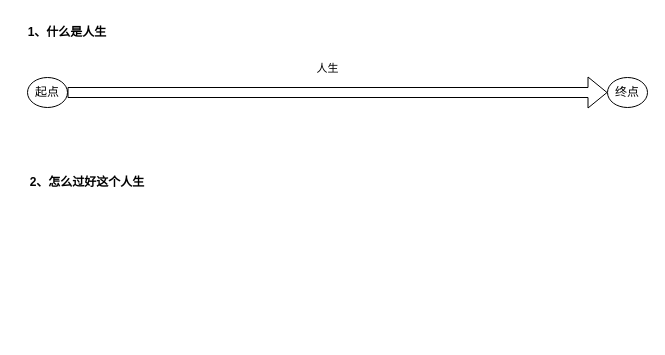
Earlier version of the draw.io diagram 未命名绘图.drawio (dengyulong/PublicStore). Source tidied: cells renumbered, new cells numbered last; positions are measured from the earlier drawing's top-left corner, leaving out a move shared by most shapes. Both pictures are drawn from the tidied source at 100%, with x=0, y=0 at pixel (17, 17).
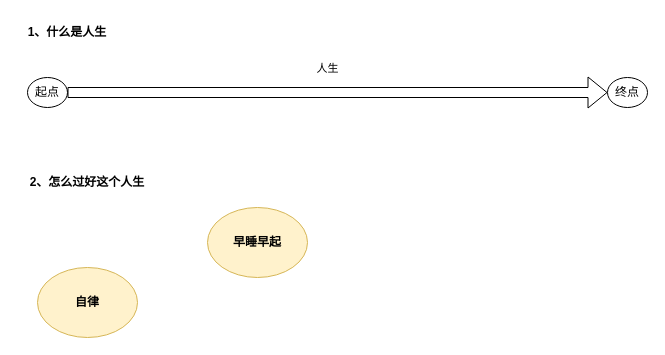
Above is the later version.

Commit message (it also covers changes not shown here):
更新未命名绘图.drawio

The edit, as a diff of the source:
```diff
@@
 <mxGraphModel>
   <root>
     <mxCell id="0" />
     <mxCell id="1" parent="0" />
     <mxCell id="2" value="起点" style="ellipse;whiteSpace=wrap;html=1;" parent="1" vertex="1">
       <mxGeometry x="10" y="60" width="40" height="30" as="geometry" />
     </mxCell>
     <mxCell id="3" value="终点" style="ellipse;whiteSpace=wrap;html=1;" parent="1" vertex="1">
       <mxGeometry x="590" y="60" width="40" height="30" as="geometry" />
     </mxCell>
     <mxCell id="4" style="shape=flexArrow;endArrow=classic;html=1;rounded=0;exitX=1;exitY=0.5;exitDx=0;exitDy=0;entryX=0;entryY=0.5;entryDx=0;entryDy=0;" parent="1" edge="1" source="2" target="3">
       <mxGeometry relative="1" as="geometry" />
     </mxCell>
     <mxCell id="5" value="人生" style="edgeLabel;html=1;align=center;verticalAlign=middle;" parent="4" vertex="1">
       <mxGeometry x="-0.21" y="-4" relative="1" as="geometry">
         <mxPoint x="46" y="-29" as="offset" />
       </mxGeometry>
     </mxCell>
     <mxCell id="6" value="1、什么是人生" style="text;html=1;strokeColor=none;fillColor=none;align=center;verticalAlign=middle;whiteSpace=wrap;rounded=0;fontStyle=1;" parent="1" vertex="1">
       <mxGeometry width="100" height="30" as="geometry" />
     </mxCell>
     <mxCell id="7" value="2、怎么过好这个人生" style="text;html=1;strokeColor=none;fillColor=none;align=center;verticalAlign=middle;whiteSpace=wrap;rounded=0;fontStyle=1;" parent="1" vertex="1">
       <mxGeometry y="150" width="140" height="30" as="geometry" />
     </mxCell>
+    <mxCell id="8" value="自律" style="ellipse;whiteSpace=wrap;html=1;labelBackgroundColor=none;fillColor=#fff2cc;strokeColor=#d6b656;fontStyle=1;" parent="1" vertex="1">
+      <mxGeometry x="20" y="250" width="100" height="70" as="geometry" />
+    </mxCell>
+    <mxCell id="9" value="早睡早起" style="ellipse;whiteSpace=wrap;html=1;labelBackgroundColor=none;fillColor=#fff2cc;strokeColor=#d6b656;fontStyle=1;" parent="1" vertex="1">
+      <mxGeometry x="190" y="190" width="100" height="70" as="geometry" />
+    </mxCell>
   </root>
 </mxGraphModel>
```
